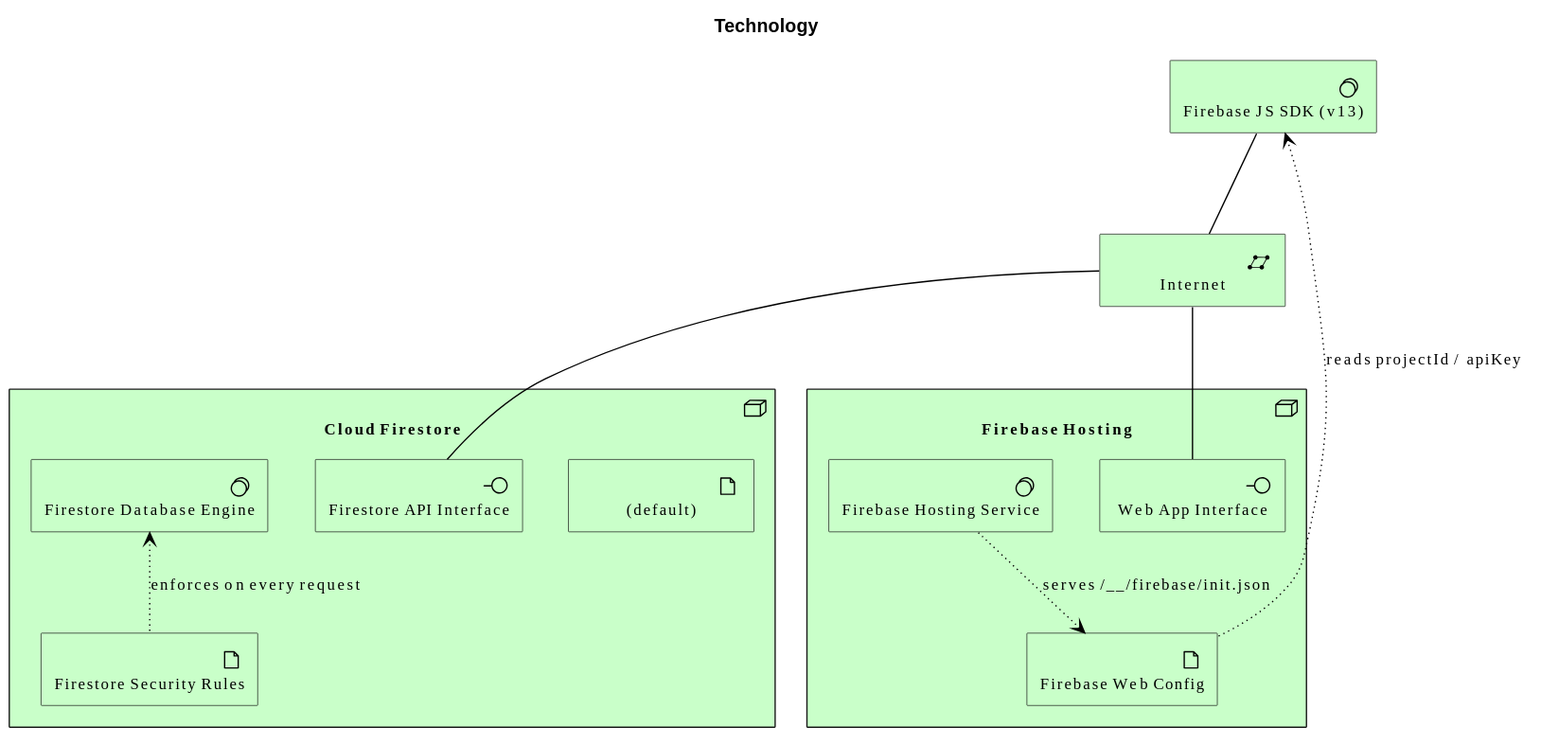
Earlier version of the PlantUML export diagrams/technology/overview.svg (wolffy-au/frictionless-sample-gcp). Source of this version:
```plantuml
@startuml
!include <archimate/Archimate>

title Technology

Technology_Node(e_id07145ad8546555, "Firebase Hosting") {
  Technology_Artifact(e_id114715e81c7e5c, "Firebase Web Config")
  Technology_Interface(e_id33cc192ee35e5b, "Web App Interface")
  Technology_SystemSoftware(e_id9871766290fc58, "Firebase Hosting Service")
}
Technology_Node(e_id05e3b325cf7f50, "Cloud Firestore") {
  Technology_Artifact(e_idb070feee4bdb5e, "(default)")
  Technology_Artifact(e_idb243cba23e0356, "Firestore Security Rules")
  Technology_Interface(e_id26e5c2fbfcd056, "Firestore API Interface")
  Technology_SystemSoftware(e_id02ca65d6e67351, "Firestore Database Engine")
}
Technology_CommunicationNetwork(e_id454e7b903b8357, "Internet")
Technology_SystemSoftware(e_id7844884d61f95e, "Firebase JS SDK (v13)")

Rel_Association(e_id454e7b903b8357, e_id33cc192ee35e5b, "")
Rel_Association(e_id454e7b903b8357, e_id26e5c2fbfcd056, "")
Rel_Access_w(e_id9871766290fc58, e_id114715e81c7e5c, "serves /__/firebase/init.json")
Rel_Access_r(e_id02ca65d6e67351, e_idb243cba23e0356, "enforces on every request")
Rel_Association(e_id7844884d61f95e, e_id454e7b903b8357, "")
Rel_Access_r(e_id7844884d61f95e, e_id114715e81c7e5c, "reads projectId / apiKey")
@enduml
```
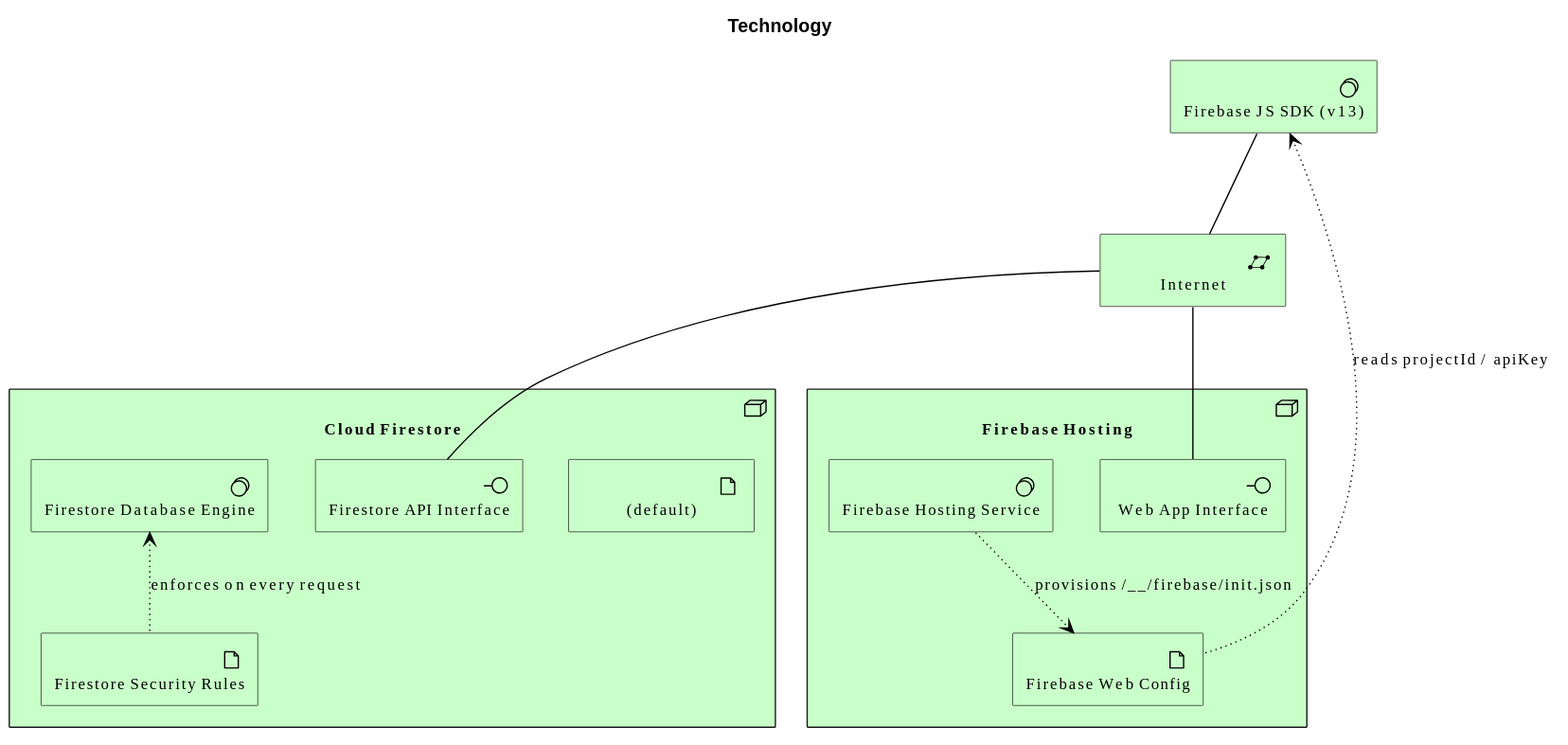
Later version of the same file.

Commit message:
fix(architecture): label Hosting's write access to the web config "provisions"

The edit, as a diff of the source:
```diff
@@ -19,7 +19,7 @@
 
 Rel_Association(e_id454e7b903b8357, e_id33cc192ee35e5b, "")
 Rel_Association(e_id454e7b903b8357, e_id26e5c2fbfcd056, "")
-Rel_Access_w(e_id9871766290fc58, e_id114715e81c7e5c, "serves /__/firebase/init.json")
+Rel_Access_w(e_id9871766290fc58, e_id114715e81c7e5c, "provisions /__/firebase/init.json")
 Rel_Access_r(e_id02ca65d6e67351, e_idb243cba23e0356, "enforces on every request")
 Rel_Association(e_id7844884d61f95e, e_id454e7b903b8357, "")
 Rel_Access_r(e_id7844884d61f95e, e_id114715e81c7e5c, "reads projectId / apiKey")
```
